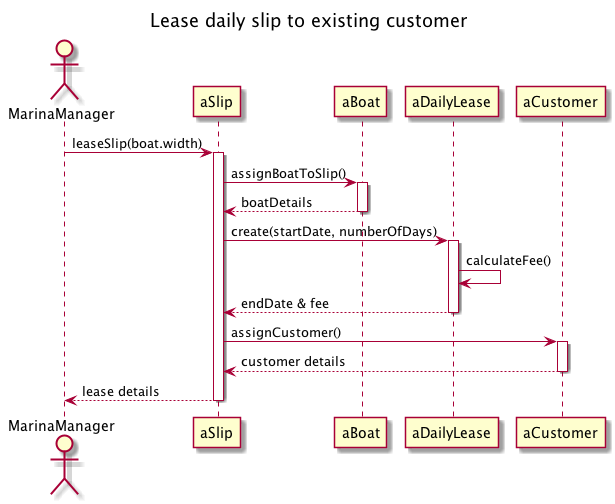
Earlier version of the PlantUML export diagram/Lease daily slip to existing customer.png (Ying-LUO/Java2_Assignment2).
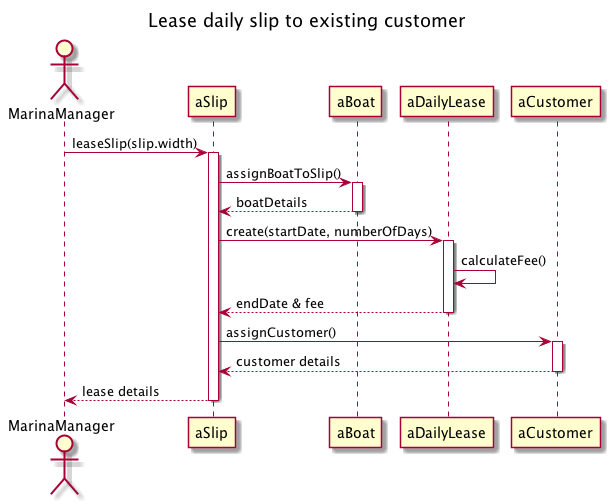
After the commit.

Diff of the diagram source:
```diff
@@ -6,7 +6,7 @@
 participant aSlip
 participant aBoat
 
-MarinaManager -> aSlip : leaseSlip(boat.width)
+MarinaManager -> aSlip : leaseSlip(slip.width)
 activate aSlip
 
 aSlip -> aBoat : assignBoatToSlip()
```
